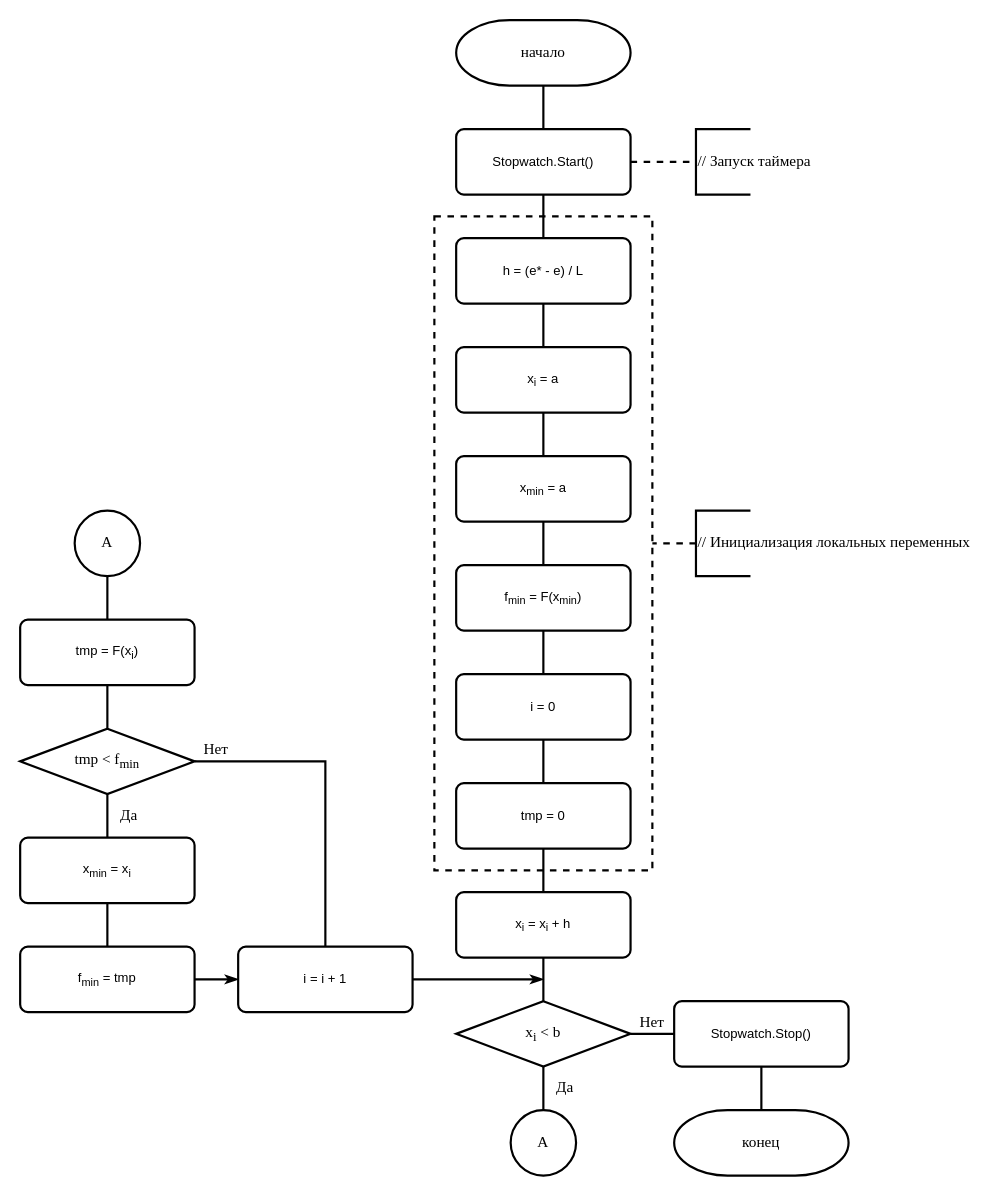
EgoPingvina/LipshMinimization keeps this draw.io diagram as Documentation/algorithm for a single variable function.drawio. Above is the earlier version. Source tidied: cells renumbered, new cells numbered last; positions are measured from the earlier drawing's top-left corner, leaving out a move shared by most shapes. Both pictures are drawn from the tidied source at 109%, with x=0, y=0 at pixel (20, 20).
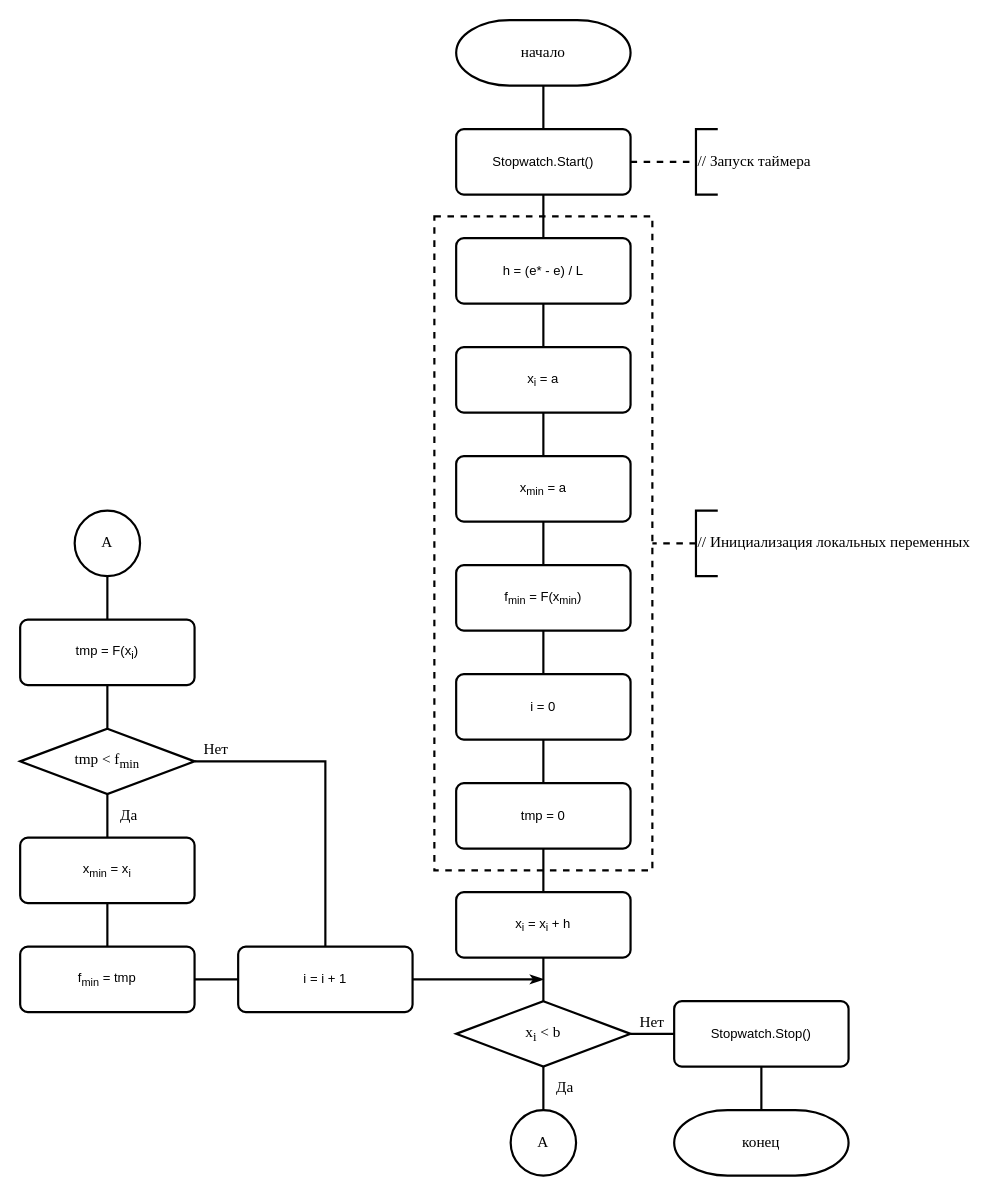
After the change.

Unchanged cells that the change refers to:
```xml
<mxCell id="44" value="f&lt;sub&gt;min&lt;/sub&gt;&amp;nbsp;= tmp&lt;br&gt;" style="rounded=1;whiteSpace=wrap;html=1;absoluteArcSize=1;arcSize=14;strokeWidth=2;" parent="1" vertex="1">
  <mxGeometry y="850" width="160" height="60" as="geometry" />
</mxCell>
<mxCell id="46" value="i = i + 1&lt;br&gt;" style="rounded=1;whiteSpace=wrap;html=1;absoluteArcSize=1;arcSize=14;strokeWidth=2;" parent="1" vertex="1">
  <mxGeometry x="200" y="850" width="160" height="60" as="geometry" />
</mxCell>
```

Change to the diagram source:
```diff
@@
     <mxCell id="5" value="// Запуск таймера" style="strokeWidth=2;html=1;shape=mxgraph.flowchart.annotation_1;align=left;fontFamily=Times New Roman;fontSize=14;" parent="1" vertex="1">
-      <mxGeometry x="620" y="100" width="50" height="60" as="geometry" />
+      <mxGeometry x="620" y="100" width="20" height="60" as="geometry" />
     </mxCell>
@@
     <mxCell id="31" value="// Инициализация локальных переменных" style="strokeWidth=2;html=1;shape=mxgraph.flowchart.annotation_1;align=left;fontFamily=Times New Roman;fontSize=14;" parent="1" vertex="1">
-      <mxGeometry x="620" y="450" width="50" height="60" as="geometry" />
+      <mxGeometry x="620" y="450" width="20" height="60" as="geometry" />
     </mxCell>
@@
-    <mxCell id="43" style="edgeStyle=orthogonalEdgeStyle;rounded=0;jettySize=auto;html=1;exitX=1;exitY=0.5;exitDx=0;exitDy=0;entryX=0;entryY=0.5;entryDx=0;entryDy=0;endArrow=classicThin;endFill=1;strokeWidth=2;fontFamily=Times New Roman;fontSize=14;" parent="1" edge="1" source="44" target="46">
+    <mxCell id="43" style="edgeStyle=orthogonalEdgeStyle;rounded=0;jettySize=auto;html=1;exitX=1;exitY=0.5;exitDx=0;exitDy=0;entryX=0;entryY=0.5;entryDx=0;entryDy=0;endArrow=none;endFill=0;strokeWidth=2;fontFamily=Times New Roman;fontSize=14;" parent="1" edge="1" source="44" target="46">
       <mxGeometry relative="1" as="geometry" />
     </mxCell>
```
